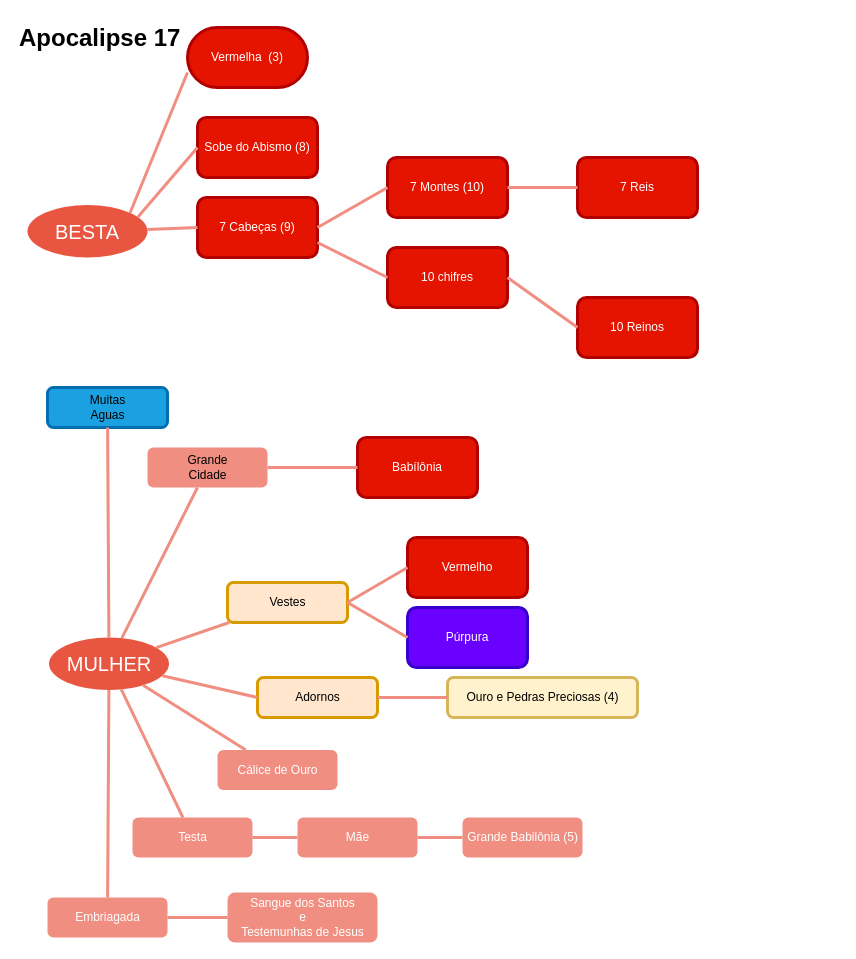
Earlier version of the draw.io diagram page "Apocalipse 17" (1 of 2) of Untitled Diagram.drawio (c4tom/estudos-biblicos). Source tidied: cells renumbered, new cells numbered last; positions are measured from the earlier drawing's top-left corner, leaving out a move shared by most shapes. Both pictures are drawn from the tidied source at 100%, with x=0, y=0 at pixel (17, 17).
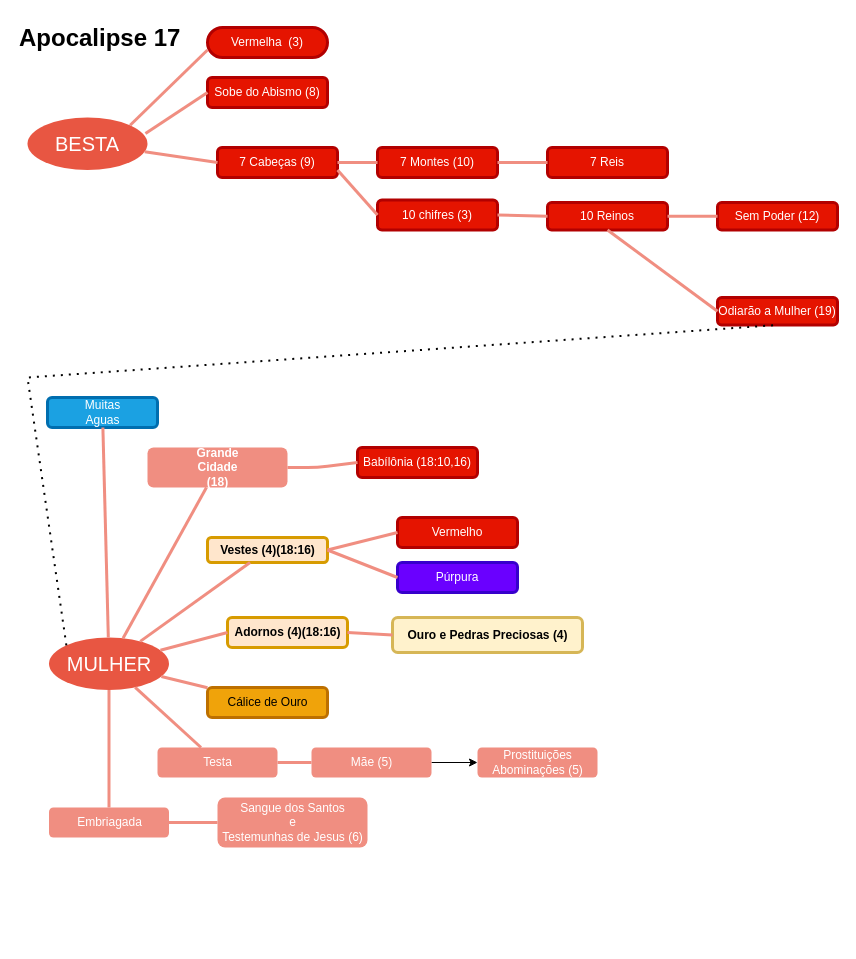
The same page after the edit.

Unchanged cells that the change refers to:
```xml
<mxCell id="3" value="MULHER" style="ellipse;whiteSpace=wrap;html=1;shadow=0;fontFamily=Helvetica;fontSize=20;fontColor=#FFFFFF;align=center;strokeWidth=3;fillColor=#E85642;strokeColor=none;" parent="1" vertex="1">
  <mxGeometry x="31.5" y="620" width="120" height="52.5" as="geometry" />
</mxCell>
```

The edit, as a diff of the source:
```diff
@@
-    <mxCell id="4" value="&lt;span style=&quot;color: rgb(0, 0, 0); text-wrap-mode: wrap;&quot;&gt;Muitas Aguas&lt;/span&gt;" style="rounded=1;fillColor=#1ba1e2;strokeColor=#006EAF;strokeWidth=3;shadow=0;html=1;fontColor=#ffffff;" parent="1" vertex="1">
-      <mxGeometry x="30" y="370" width="120" height="40" as="geometry" />
+    <mxCell id="4" value="&lt;span style=&quot;text-wrap-mode: wrap;&quot;&gt;Muitas Aguas&lt;/span&gt;" style="rounded=1;fillColor=#1ba1e2;strokeColor=#006EAF;strokeWidth=3;shadow=0;html=1;fontColor=#FFFFFF;" parent="1" vertex="1">
+      <mxGeometry x="30" y="380" width="110" height="30" as="geometry" />
     </mxCell>
-    <mxCell id="5" value="Adornos" style="rounded=1;fillColor=#ffe6cc;strokeColor=#d79b00;strokeWidth=3;shadow=0;html=1;" parent="1" vertex="1">
-      <mxGeometry x="240" y="660" width="120" height="40" as="geometry" />
+    <mxCell id="5" value="Adornos (4)(18:16)" style="rounded=1;fillColor=#ffe6cc;strokeColor=#d79b00;strokeWidth=3;shadow=0;html=1;fontColor=#000000;fontStyle=1;" parent="1" vertex="1">
+      <mxGeometry x="210" y="600" width="120" height="30" as="geometry" />
     </mxCell>
-    <mxCell id="6" value="Sangue dos Santos&lt;br&gt;e&lt;br&gt;Testemunhas de Jesus" style="rounded=1;fillColor=#f08e81;strokeColor=none;strokeWidth=3;shadow=0;html=1;fontColor=#FFFFFF;" parent="1" vertex="1">
-      <mxGeometry x="210" y="875" width="150" height="50" as="geometry" />
+    <mxCell id="6" value="Sangue dos Santos&lt;br&gt;e&lt;br&gt;Testemunhas de Jesus (6)" style="rounded=1;fillColor=#f08e81;strokeColor=none;strokeWidth=3;shadow=0;html=1;fontColor=#FFFFFF;" parent="1" vertex="1">
+      <mxGeometry x="200" y="780" width="150" height="50" as="geometry" />
     </mxCell>
     <mxCell id="7" value="Embriagada" style="rounded=1;fillColor=#f08e81;strokeColor=none;strokeWidth=3;shadow=0;html=1;fontColor=#FFFFFF;" parent="1" vertex="1">
-      <mxGeometry x="30" y="880" width="120" height="40" as="geometry" />
+      <mxGeometry x="31.5" y="790" width="120" height="30" as="geometry" />
     </mxCell>
+    <mxCell id="47" style="edgeStyle=orthogonalEdgeStyle;rounded=0;jettySize=auto;html=1;" parent="1" edge="1" source="8" target="52">
+      <mxGeometry relative="1" as="geometry" />
+    </mxCell>
-    <mxCell id="8" value="Mãe" style="rounded=1;fillColor=#f08e81;strokeColor=none;strokeWidth=3;shadow=0;html=1;fontColor=#FFFFFF;" parent="1" vertex="1">
-      <mxGeometry x="280" y="800" width="120" height="40" as="geometry" />
+    <mxCell id="8" value="Mãe (5)" style="rounded=1;fillColor=#f08e81;strokeColor=none;strokeWidth=3;shadow=0;html=1;fontColor=#FFFFFF;" parent="1" vertex="1">
+      <mxGeometry x="294" y="730" width="120" height="30" as="geometry" />
     </mxCell>
     <mxCell id="9" value="Testa" style="rounded=1;fillColor=#f08e81;strokeColor=none;strokeWidth=3;shadow=0;html=1;fontColor=#FFFFFF;" parent="1" vertex="1">
-      <mxGeometry x="115" y="800" width="120" height="40" as="geometry" />
+      <mxGeometry x="140" y="730" width="120" height="30" as="geometry" />
     </mxCell>
-    <mxCell id="10" value="Cálice de Ouro" style="rounded=1;fillColor=#f08e81;strokeColor=none;strokeWidth=3;shadow=0;html=1;fontColor=#FFFFFF;" parent="1" vertex="1">
-      <mxGeometry x="200" y="732.5" width="120" height="40" as="geometry" />
+    <mxCell id="10" value="Cálice de Ouro" style="rounded=1;fillColor=#f0a30a;strokeColor=#BD7000;strokeWidth=3;shadow=0;html=1;fontColor=#000000;" parent="1" vertex="1">
+      <mxGeometry x="190" y="670" width="120" height="30" as="geometry" />
     </mxCell>
-    <mxCell id="11" value="Ouro e Pedras Preciosas (4)" style="rounded=1;fillColor=#fff2cc;strokeColor=#d6b656;strokeWidth=3;shadow=0;html=1;" parent="1" vertex="1">
-      <mxGeometry x="430" y="660" width="190" height="40" as="geometry" />
+    <mxCell id="11" value="Ouro e Pedras Preciosas (4)" style="rounded=1;fillColor=#fff2cc;strokeColor=#d6b656;strokeWidth=3;shadow=0;html=1;fontColor=#000000;fontStyle=1;" parent="1" vertex="1">
+      <mxGeometry x="375" y="600" width="190" height="35" as="geometry" />
     </mxCell>
-    <mxCell id="12" value="Vestes" style="rounded=1;strokeWidth=3;shadow=0;html=1;fillColor=#ffe6cc;strokeColor=#d79b00;" parent="1" vertex="1">
-      <mxGeometry x="210" y="565" width="120" height="40" as="geometry" />
+    <mxCell id="12" value="Vestes (4)(18:16)" style="rounded=1;strokeWidth=3;shadow=0;html=1;fillColor=#ffe6cc;strokeColor=#d79b00;fontColor=#000000;fontStyle=1;" parent="1" vertex="1">
+      <mxGeometry x="190" y="520" width="120" height="25" as="geometry" />
     </mxCell>
-    <mxCell id="13" value="&lt;span style=&quot;color: rgb(0, 0, 0); text-wrap-mode: wrap;&quot;&gt;Grande Cidade&lt;/span&gt;" style="rounded=1;fillColor=#f08e81;strokeColor=none;strokeWidth=3;shadow=0;html=1;fontColor=#FFFFFF;" parent="1" vertex="1">
-      <mxGeometry x="130" y="430" width="120" height="40" as="geometry" />
+    <mxCell id="13" value="&lt;span style=&quot;text-wrap-mode: wrap;&quot;&gt;Grande Cidade (18)&lt;/span&gt;" style="rounded=1;fillColor=#f08e81;strokeColor=none;strokeWidth=3;shadow=0;html=1;fontColor=#FFFFFF;fontStyle=1;" parent="1" vertex="1">
+      <mxGeometry x="130" y="430" width="140" height="40" as="geometry" />
     </mxCell>
@@
-    <mxCell id="21" value="Babílônia" style="whiteSpace=wrap;html=1;fillColor=#e51400;strokeColor=#B20000;fontColor=#ffffff;rounded=1;strokeWidth=3;shadow=0;" parent="1" vertex="1">
-      <mxGeometry x="340" y="420" width="120" height="60" as="geometry" />
+    <mxCell id="21" value="Babílônia (18:10,16)" style="whiteSpace=wrap;html=1;fillColor=#e51400;strokeColor=#B20000;fontColor=#ffffff;rounded=1;strokeWidth=3;shadow=0;" parent="1" vertex="1">
+      <mxGeometry x="340" y="430" width="120" height="30" as="geometry" />
     </mxCell>
     <mxCell id="22" value="Vermelho" style="whiteSpace=wrap;html=1;fillColor=#e51400;strokeColor=#B20000;fontColor=#ffffff;rounded=1;strokeWidth=3;shadow=0;" parent="1" vertex="1">
-      <mxGeometry x="390" y="520" width="120" height="60" as="geometry" />
+      <mxGeometry x="380" y="500" width="120" height="30" as="geometry" />
     </mxCell>
     <mxCell id="23" value="Púrpura" style="whiteSpace=wrap;html=1;fillColor=#6a00ff;strokeColor=#3700CC;fontColor=#ffffff;rounded=1;strokeWidth=3;shadow=0;" parent="1" vertex="1">
-      <mxGeometry x="390" y="590" width="120" height="60" as="geometry" />
+      <mxGeometry x="380" y="545" width="120" height="30" as="geometry" />
     </mxCell>
@@
-    <mxCell id="27" value="Grande Babilônia (5)" style="rounded=1;fillColor=#f08e81;strokeColor=none;strokeWidth=3;shadow=0;html=1;fontColor=#FFFFFF;" parent="1" vertex="1">
-      <mxGeometry x="445" y="800" width="120" height="40" as="geometry" />
-    </mxCell>
@@
-    <mxCell id="29" style="edgeStyle=none;endArrow=none;strokeWidth=3;strokeColor=#F08E81;html=1;exitX=0;exitY=0.5;exitDx=0;exitDy=0;entryX=1;entryY=0.5;entryDx=0;entryDy=0;" parent="1" edge="1" source="27" target="8">
-      <mxGeometry x="188.5" y="51.5" as="geometry" />
-    </mxCell>
@@
     <mxCell id="32" value="BESTA" style="ellipse;whiteSpace=wrap;html=1;shadow=0;fontFamily=Helvetica;fontSize=20;fontColor=#FFFFFF;align=center;strokeWidth=3;fillColor=#E85642;strokeColor=none;" parent="1" vertex="1">
-      <mxGeometry x="10" y="187.5" width="120" height="52.5" as="geometry" />
+      <mxGeometry x="10" y="100" width="120" height="52.5" as="geometry" />
     </mxCell>
     <mxCell id="33" value="7 Montes (10)" style="whiteSpace=wrap;html=1;fillColor=#e51400;strokeColor=#B20000;fontColor=#ffffff;rounded=1;strokeWidth=3;shadow=0;" parent="1" vertex="1">
-      <mxGeometry x="370" y="140" width="120" height="60" as="geometry" />
+      <mxGeometry x="360" y="130" width="120" height="30" as="geometry" />
     </mxCell>
     <mxCell id="34" value="7 Cabeças (9)" style="whiteSpace=wrap;html=1;fillColor=#e51400;strokeColor=#B20000;fontColor=#ffffff;rounded=1;strokeWidth=3;shadow=0;" parent="1" vertex="1">
-      <mxGeometry x="180" y="180" width="120" height="60" as="geometry" />
+      <mxGeometry x="200" y="130" width="120" height="30" as="geometry" />
     </mxCell>
@@
     <mxCell id="36" style="edgeStyle=none;endArrow=none;strokeWidth=3;strokeColor=#F08E81;html=1;entryX=0;entryY=0.5;entryDx=0;entryDy=0;" parent="1" edge="1" source="32" target="34">
-      <mxGeometry x="188.5" y="51.5" as="geometry">
-        <Array as="points">
-          <mxPoint x="180" y="210" />
-        </Array>
-      </mxGeometry>
+      <mxGeometry x="188.5" y="51.5" as="geometry" />
     </mxCell>
     <mxCell id="37" value="Vermelha&amp;nbsp; (3)" style="whiteSpace=wrap;html=1;fillColor=#e51400;strokeColor=#B20000;fontColor=#ffffff;rounded=1;strokeWidth=3;shadow=0;arcSize=50;" parent="1" vertex="1">
-      <mxGeometry x="170" y="10" width="120" height="60" as="geometry" />
+      <mxGeometry x="190" y="10" width="120" height="30" as="geometry" />
     </mxCell>
-    <mxCell id="38" value="Sobe do Abismo (8)" style="whiteSpace=wrap;html=1;fillColor=#e51400;strokeColor=#B20000;fontColor=#ffffff;rounded=1;strokeWidth=3;shadow=0;" parent="1" vertex="1">
-      <mxGeometry x="180" y="100" width="120" height="60" as="geometry" />
+    <mxCell id="38" value="Sobe do Abismo (8)" style="whiteSpace=wrap;html=1;fillColor=#e51400;strokeColor=#B20000;fontColor=#ffffff;rounded=1;strokeWidth=3;shadow=0;gradientColor=none;glass=0;" parent="1" vertex="1">
+      <mxGeometry x="190" y="60" width="120" height="30" as="geometry" />
     </mxCell>
@@
-    <mxCell id="40" style="edgeStyle=none;endArrow=none;strokeWidth=3;strokeColor=#F08E81;html=1;entryX=0;entryY=0.5;entryDx=0;entryDy=0;exitX=0.917;exitY=0.238;exitDx=0;exitDy=0;exitPerimeter=0;" parent="1" edge="1" source="32" target="38">
+    <mxCell id="40" style="edgeStyle=none;endArrow=none;strokeWidth=3;strokeColor=#F08E81;html=1;entryX=0;entryY=0.5;entryDx=0;entryDy=0;exitX=0.983;exitY=0.305;exitDx=0;exitDy=0;exitPerimeter=0;" parent="1" edge="1" source="32" target="38">
       <mxGeometry x="188.5" y="51.5" as="geometry" />
     </mxCell>
-    <mxCell id="41" value="10 chifres" style="whiteSpace=wrap;html=1;fillColor=#e51400;strokeColor=#B20000;fontColor=#ffffff;rounded=1;strokeWidth=3;shadow=0;" parent="1" vertex="1">
-      <mxGeometry x="370" y="230" width="120" height="60" as="geometry" />
+    <mxCell id="41" value="10 chifres (3)" style="whiteSpace=wrap;html=1;fillColor=#e51400;strokeColor=#B20000;fontColor=#ffffff;rounded=1;strokeWidth=3;shadow=0;" parent="1" vertex="1">
+      <mxGeometry x="360" y="182.5" width="120" height="30" as="geometry" />
     </mxCell>
@@
     <mxCell id="43" value="10 Reinos" style="whiteSpace=wrap;html=1;fillColor=#e51400;strokeColor=#B20000;fontColor=#ffffff;rounded=1;strokeWidth=3;shadow=0;" parent="1" vertex="1">
-      <mxGeometry x="560" y="280" width="120" height="60" as="geometry" />
+      <mxGeometry x="530" y="185" width="120" height="27.5" as="geometry" />
     </mxCell>
@@
     <mxCell id="45" value="7 Reis" style="whiteSpace=wrap;html=1;fillColor=#e51400;strokeColor=#B20000;fontColor=#ffffff;rounded=1;strokeWidth=3;shadow=0;" parent="1" vertex="1">
-      <mxGeometry x="560" y="140" width="120" height="60" as="geometry" />
+      <mxGeometry x="530" y="130" width="120" height="30" as="geometry" />
     </mxCell>
@@
+    <mxCell id="48" value="Odiarão a Mulher (19)" style="whiteSpace=wrap;html=1;fillColor=#e51400;strokeColor=#B20000;fontColor=#ffffff;rounded=1;strokeWidth=3;shadow=0;" parent="1" vertex="1">
+      <mxGeometry x="700" y="280" width="120" height="27.5" as="geometry" />
+    </mxCell>
+    <mxCell id="49" style="endArrow=none;dashed=1;html=1;dashPattern=1 3;strokeWidth=2;rounded=0;entryX=0.5;entryY=1;entryDx=0;entryDy=0;exitX=0;exitY=0;exitDx=0;exitDy=0;" parent="1" edge="1" source="3" target="48">
+      <mxGeometry relative="1" as="geometry">
+        <Array as="points">
+          <mxPoint x="10" y="360" />
+        </Array>
+      </mxGeometry>
+    </mxCell>
+    <mxCell id="50" value="Sem Poder (12)" style="whiteSpace=wrap;html=1;fillColor=#e51400;strokeColor=#B20000;fontColor=#ffffff;rounded=1;strokeWidth=3;shadow=0;" parent="1" vertex="1">
+      <mxGeometry x="700" y="185" width="120" height="27.5" as="geometry" />
+    </mxCell>
+    <mxCell id="51" style="edgeStyle=none;endArrow=none;strokeWidth=3;strokeColor=#F08E81;html=1;entryX=0;entryY=0.5;entryDx=0;entryDy=0;exitX=1;exitY=0.5;exitDx=0;exitDy=0;" parent="1" edge="1" source="43" target="50">
+      <mxGeometry x="188.5" y="51.5" as="geometry" />
+    </mxCell>
+    <mxCell id="52" value="Prostituições&lt;br&gt;Abominações (5)" style="rounded=1;fillColor=#f08e81;strokeColor=none;strokeWidth=3;shadow=0;html=1;fontColor=#FFFFFF;" parent="1" vertex="1">
+      <mxGeometry x="460" y="730" width="120" height="30" as="geometry" />
+    </mxCell>
+    <mxCell id="53" style="edgeStyle=none;endArrow=none;strokeWidth=3;strokeColor=#F08E81;html=1;entryX=0;entryY=0.5;entryDx=0;entryDy=0;exitX=0.5;exitY=1;exitDx=0;exitDy=0;" parent="1" edge="1" source="43" target="48">
+      <mxGeometry x="188.5" y="51.5" as="geometry" />
+    </mxCell>
```
